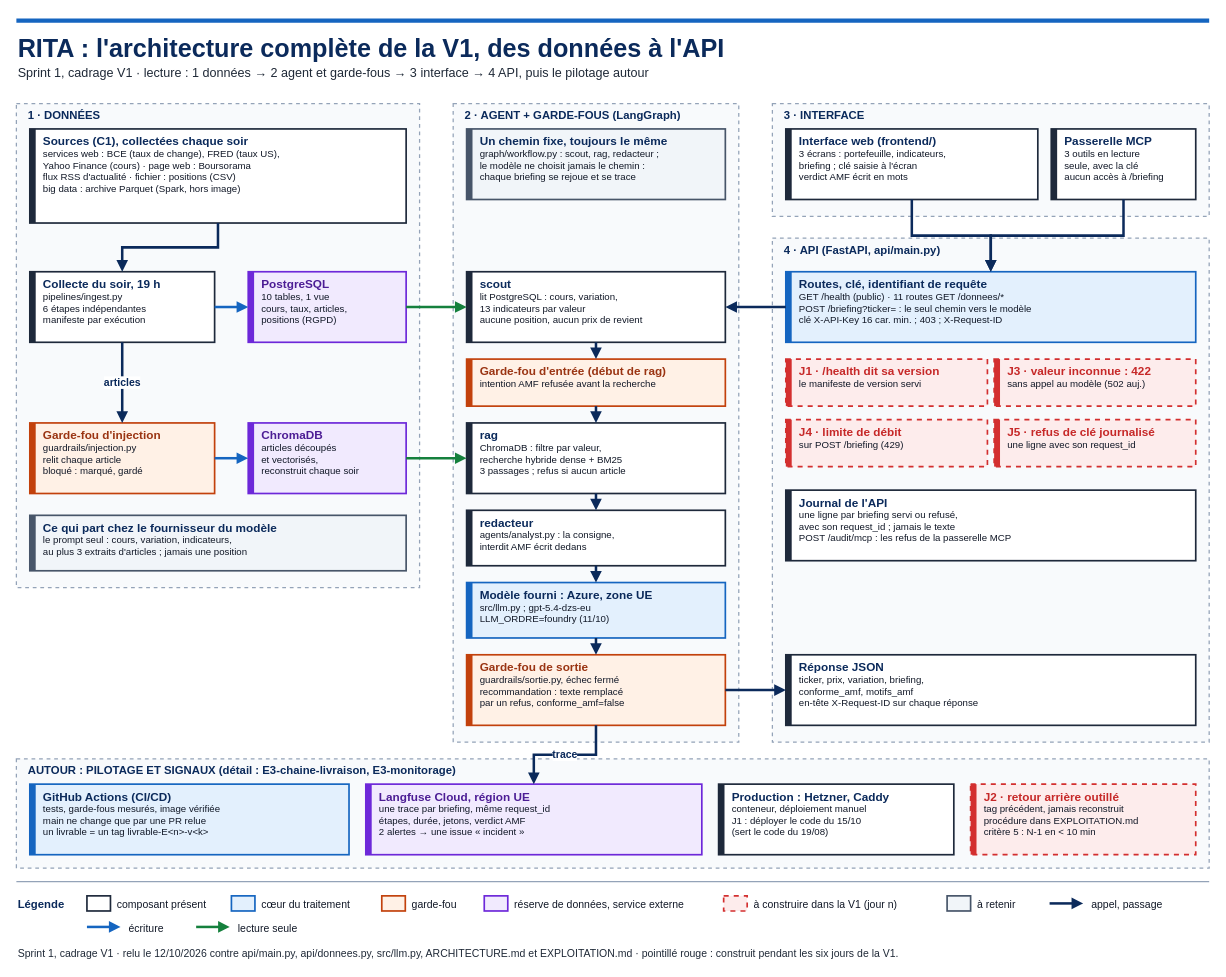
Ganda15/rita-agent keeps this draw.io diagram as docs/cadrage/CADRAGE-architecture-v1.drawio. Above is the earlier version. Source tidied: cells renumbered, new cells numbered last; positions are measured from the earlier drawing's top-left corner, leaving out a move shared by most shapes. Both pictures are drawn from the tidied source at 84%, with x=0, y=0 at pixel (16, 16).
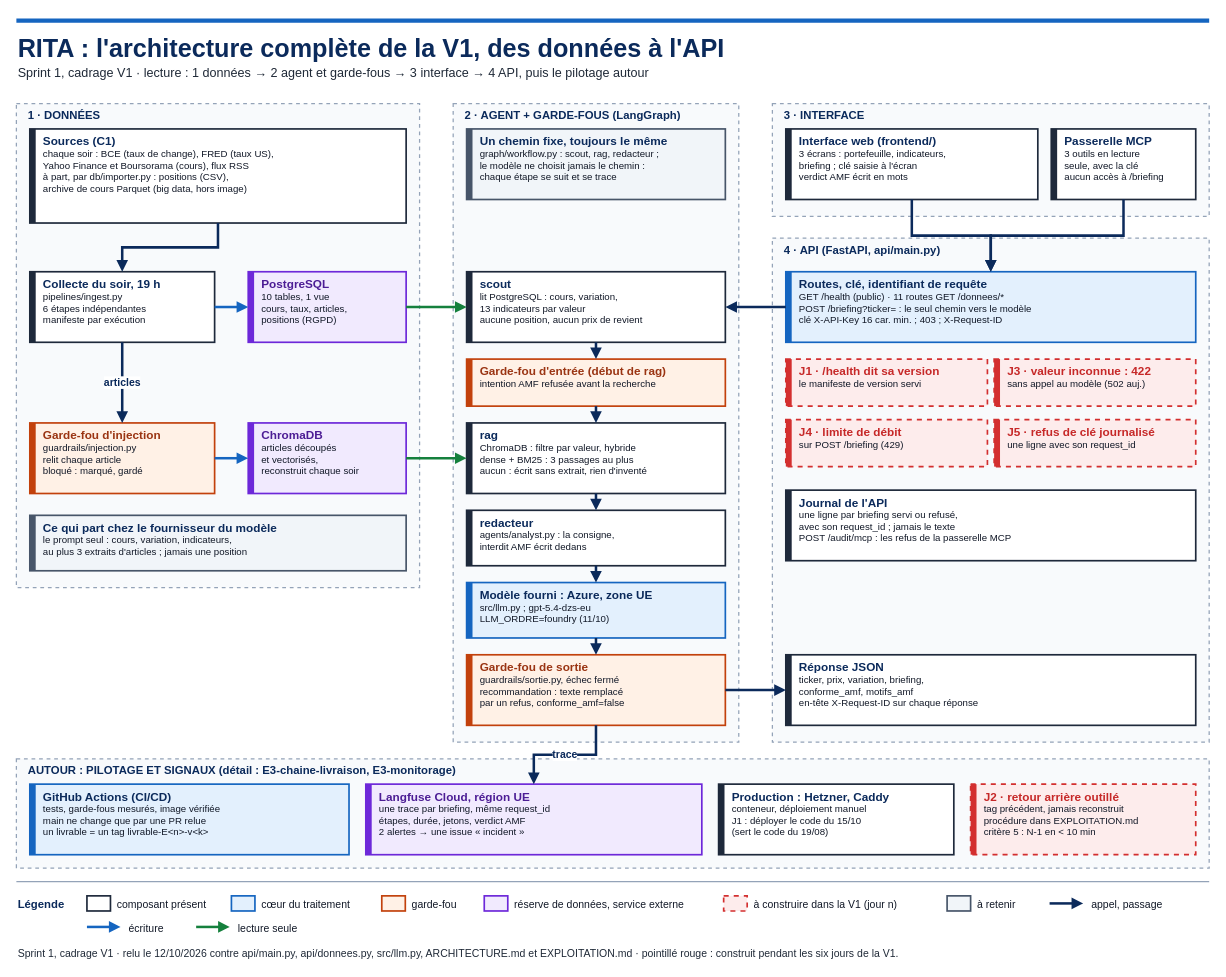
Above is the later version.

Commit message (it also covers changes not shown here):
Cadrage V1 : jour 4 coupe en premier (le critere 4 exige le jour 5) ; schema corrige (positions et archive importees a part, rag sans extrait sans refus)

The edit, as a diff of the source:
```diff
@@
-    <mxCell id="10" value="&lt;b&gt;&lt;font style=&quot;font-size:14px;color:#0B2A5B&quot;&gt;Sources (C1), collectées chaque soir&lt;/font&gt;&lt;/b&gt;&lt;br&gt;&lt;font style=&quot;font-size:11.5px;color:#111827&quot;&gt;services web : BCE (taux de change), FRED (taux US),&lt;/font&gt;&lt;br&gt;&lt;font style=&quot;font-size:11.5px;color:#111827&quot;&gt;  Yahoo Finance (cours) · page web : Boursorama&lt;/font&gt;&lt;br&gt;&lt;font style=&quot;font-size:11.5px;color:#111827&quot;&gt;flux RSS d&amp;#x27;actualité · fichier : positions (CSV)&lt;/font&gt;&lt;br&gt;&lt;font style=&quot;font-size:11.5px;color:#111827&quot;&gt;big data : archive Parquet (Spark, hors image)&lt;/font&gt;" style="rounded=0;whiteSpace=wrap;html=1;fillColor=#FFFFFF;strokeColor=#1E293B;strokeWidth=2;align=left;spacingLeft=14;fontSize=11.5;fontColor=#111827;verticalAlign=top;" parent="1" vertex="1">
+    <mxCell id="10" value="&lt;b&gt;&lt;font style=&quot;font-size:14px;color:#0B2A5B&quot;&gt;Sources (C1)&lt;/font&gt;&lt;/b&gt;&lt;br&gt;&lt;font style=&quot;font-size:11.5px;color:#111827&quot;&gt;chaque soir : BCE (taux de change), FRED (taux US),&lt;/font&gt;&lt;br&gt;&lt;font style=&quot;font-size:11.5px;color:#111827&quot;&gt;  Yahoo Finance et Boursorama (cours), flux RSS&lt;/font&gt;&lt;br&gt;&lt;font style=&quot;font-size:11.5px;color:#111827&quot;&gt;à part, par db/importer.py : positions (CSV),&lt;/font&gt;&lt;br&gt;&lt;font style=&quot;font-size:11.5px;color:#111827&quot;&gt;  archive de cours Parquet (big data, hors image)&lt;/font&gt;" style="rounded=0;whiteSpace=wrap;html=1;fillColor=#FFFFFF;strokeColor=#1E293B;strokeWidth=2;align=left;spacingLeft=14;fontSize=11.5;fontColor=#111827;verticalAlign=top;" parent="1" vertex="1">
       <mxGeometry x="16" y="134" width="448" height="112" as="geometry" />
     </mxCell>
@@
-    <mxCell id="22" value="&lt;b&gt;&lt;font style=&quot;font-size:14px;color:#0B2A5B&quot;&gt;Un chemin fixe, toujours le même&lt;/font&gt;&lt;/b&gt;&lt;br&gt;&lt;font style=&quot;font-size:11.5px;color:#111827&quot;&gt;graph/workflow.py : scout, rag, redacteur ;&lt;/font&gt;&lt;br&gt;&lt;font style=&quot;font-size:11.5px;color:#111827&quot;&gt;le modèle ne choisit jamais le chemin :&lt;/font&gt;&lt;br&gt;&lt;font style=&quot;font-size:11.5px;color:#111827&quot;&gt;chaque briefing se rejoue et se trace&lt;/font&gt;" style="rounded=0;whiteSpace=wrap;html=1;fillColor=#F1F5F9;strokeColor=#475569;strokeWidth=2;align=left;spacingLeft=14;fontSize=11.5;fontColor=#111827;verticalAlign=top;" parent="1" vertex="1">
+    <mxCell id="22" value="&lt;b&gt;&lt;font style=&quot;font-size:14px;color:#0B2A5B&quot;&gt;Un chemin fixe, toujours le même&lt;/font&gt;&lt;/b&gt;&lt;br&gt;&lt;font style=&quot;font-size:11.5px;color:#111827&quot;&gt;graph/workflow.py : scout, rag, redacteur ;&lt;/font&gt;&lt;br&gt;&lt;font style=&quot;font-size:11.5px;color:#111827&quot;&gt;le modèle ne choisit jamais le chemin :&lt;/font&gt;&lt;br&gt;&lt;font style=&quot;font-size:11.5px;color:#111827&quot;&gt;chaque étape se suit et se trace&lt;/font&gt;" style="rounded=0;whiteSpace=wrap;html=1;fillColor=#F1F5F9;strokeColor=#475569;strokeWidth=2;align=left;spacingLeft=14;fontSize=11.5;fontColor=#111827;verticalAlign=top;" parent="1" vertex="1">
       <mxGeometry x="536" y="134" width="308" height="84" as="geometry" />
     </mxCell>
@@
-    <mxCell id="28" value="&lt;b&gt;&lt;font style=&quot;font-size:14px;color:#0B2A5B&quot;&gt;rag&lt;/font&gt;&lt;/b&gt;&lt;br&gt;&lt;font style=&quot;font-size:11.5px;color:#111827&quot;&gt;ChromaDB : filtre par valeur,&lt;/font&gt;&lt;br&gt;&lt;font style=&quot;font-size:11.5px;color:#111827&quot;&gt;recherche hybride dense + BM25&lt;/font&gt;&lt;br&gt;&lt;font style=&quot;font-size:11.5px;color:#111827&quot;&gt;3 passages ; refus si aucun article&lt;/font&gt;" style="rounded=0;whiteSpace=wrap;html=1;fillColor=#FFFFFF;strokeColor=#1E293B;strokeWidth=2;align=left;spacingLeft=14;fontSize=11.5;fontColor=#111827;verticalAlign=top;" parent="1" vertex="1">
+    <mxCell id="28" value="&lt;b&gt;&lt;font style=&quot;font-size:14px;color:#0B2A5B&quot;&gt;rag&lt;/font&gt;&lt;/b&gt;&lt;br&gt;&lt;font style=&quot;font-size:11.5px;color:#111827&quot;&gt;ChromaDB : filtre par valeur, hybride&lt;/font&gt;&lt;br&gt;&lt;font style=&quot;font-size:11.5px;color:#111827&quot;&gt;dense + BM25 : 3 passages au plus&lt;/font&gt;&lt;br&gt;&lt;font style=&quot;font-size:11.5px;color:#111827&quot;&gt;aucun : écrit sans extrait, rien d&amp;#x27;inventé&lt;/font&gt;" style="rounded=0;whiteSpace=wrap;html=1;fillColor=#FFFFFF;strokeColor=#1E293B;strokeWidth=2;align=left;spacingLeft=14;fontSize=11.5;fontColor=#111827;verticalAlign=top;" parent="1" vertex="1">
       <mxGeometry x="536" y="484" width="308" height="84" as="geometry" />
     </mxCell>
```
